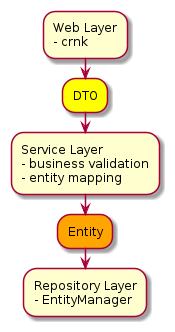
Earlier version of the PlantUML export images/svg.png (AAFC-BICoE/dina-base-api). Source of this version:
```plantuml
@startuml
:Web Layer
- crnk;
#Yellow:DTO;
:Service Layer
- business validation
- entity mapping;
#Orange:Entity;
:Repository Layer
- EntityManager;
@enduml
```
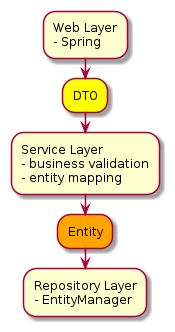
The same file after the commit.

Diff of the diagram source:
```diff
@@ -1,6 +1,6 @@
 @startuml
 :Web Layer
-- crnk;
+- Spring;
 #Yellow:DTO;
 :Service Layer
 - business validation
```
